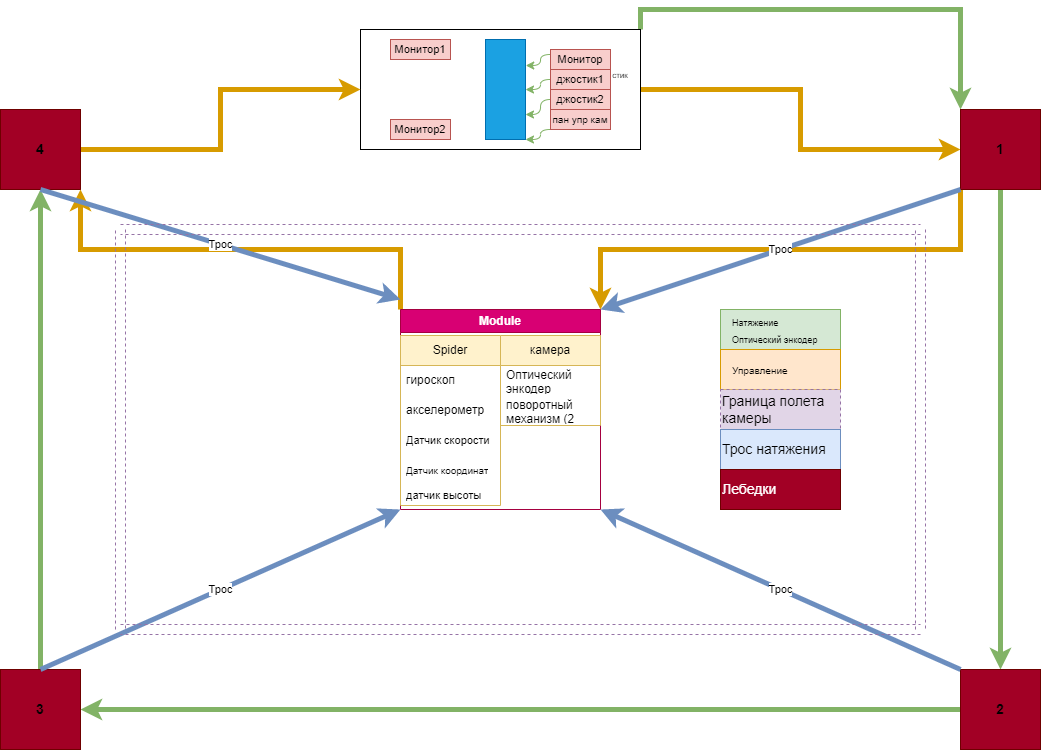
Above: spider.drawio.png in IgorEzerskiy/diagrams (draw.io), before the change. Source tidied: cells renumbered, new cells last; positions are measured from the earlier drawing's top-left corner, leaving out a move shared by most shapes.
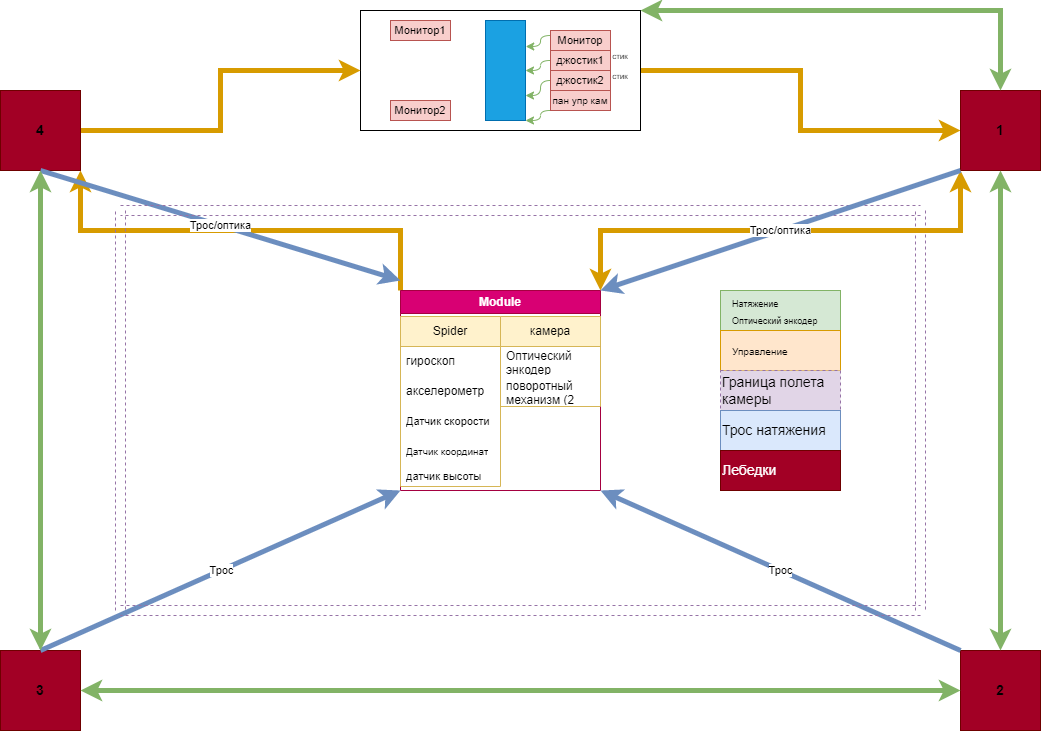
The same diagram one commit later.

What changed in the source:
```diff
@@ -2,9 +2,6 @@
   <root>
     <mxCell id="0" />
     <mxCell id="1" parent="0" />
-    <mxCell id="2" style="edgeStyle=orthogonalEdgeStyle;rounded=0;jettySize=auto;html=1;exitX=1;exitY=0;exitDx=0;exitDy=0;entryX=0;entryY=0;entryDx=0;entryDy=0;fillColor=#d5e8d4;strokeColor=#82b366;strokeWidth=5;" parent="1" edge="1" source="4" target="9">
-      <mxGeometry relative="1" as="geometry" />
-    </mxCell>
     <mxCell id="3" style="edgeStyle=orthogonalEdgeStyle;rounded=0;jettySize=auto;html=1;exitX=1;exitY=0.5;exitDx=0;exitDy=0;entryX=0;entryY=0.5;entryDx=0;entryDy=0;strokeWidth=5;fillColor=#ffe6cc;strokeColor=#d79b00;" parent="1" edge="1" source="4" target="9">
       <mxGeometry relative="1" as="geometry" />
     </mxCell>
@@ -17,24 +14,12 @@
     <mxCell id="6" style="whiteSpace=wrap;html=1;fillColor=#a20025;strokeColor=#6F0000;fontColor=#ffffff;" parent="1" vertex="1">
       <mxGeometry y="80" width="80" height="80" as="geometry" />
     </mxCell>
-    <mxCell id="7" style="edgeStyle=orthogonalEdgeStyle;rounded=0;jettySize=auto;html=1;exitX=0.5;exitY=1;exitDx=0;exitDy=0;strokeWidth=5;fillColor=#d5e8d4;strokeColor=#82b366;" parent="1" edge="1" source="9" target="11">
-      <mxGeometry relative="1" as="geometry" />
-    </mxCell>
-    <mxCell id="8" style="edgeStyle=orthogonalEdgeStyle;rounded=0;jettySize=auto;html=1;exitX=0;exitY=1;exitDx=0;exitDy=0;entryX=1;entryY=0;entryDx=0;entryDy=0;strokeWidth=5;fillColor=#ffe6cc;strokeColor=#d79b00;" parent="1" edge="1" source="9" target="15">
-      <mxGeometry relative="1" as="geometry" />
-    </mxCell>
     <mxCell id="9" style="whiteSpace=wrap;html=1;fillColor=#a20025;strokeColor=#6F0000;fontColor=#ffffff;" parent="1" vertex="1">
       <mxGeometry x="960" y="80" width="80" height="80" as="geometry" />
     </mxCell>
-    <mxCell id="10" style="edgeStyle=orthogonalEdgeStyle;rounded=0;jettySize=auto;html=1;exitX=0;exitY=0.5;exitDx=0;exitDy=0;entryX=1;entryY=0.5;entryDx=0;entryDy=0;strokeWidth=5;fillColor=#d5e8d4;strokeColor=#82b366;" parent="1" edge="1" source="11" target="13">
-      <mxGeometry relative="1" as="geometry" />
-    </mxCell>
     <mxCell id="11" style="whiteSpace=wrap;html=1;fillColor=#a20025;strokeColor=#6F0000;fontColor=#ffffff;" parent="1" vertex="1">
       <mxGeometry x="960" y="640" width="80" height="80" as="geometry" />
     </mxCell>
-    <mxCell id="12" style="edgeStyle=orthogonalEdgeStyle;rounded=0;jettySize=auto;html=1;exitX=0.5;exitY=0;exitDx=0;exitDy=0;entryX=0.5;entryY=1;entryDx=0;entryDy=0;strokeWidth=5;fillColor=#d5e8d4;strokeColor=#82b366;" parent="1" edge="1" source="13" target="6">
-      <mxGeometry relative="1" as="geometry" />
-    </mxCell>
     <mxCell id="13" style="whiteSpace=wrap;html=1;fillColor=#a20025;strokeColor=#6F0000;fontColor=#ffffff;" parent="1" vertex="1">
       <mxGeometry y="640" width="80" height="80" as="geometry" />
     </mxCell>
@@ -91,15 +76,9 @@
         <mxPoint x="400" y="270" as="targetPoint" />
       </mxGeometry>
     </mxCell>
-    <mxCell id="30" value="Трос" style="edgeLabel;html=1;align=center;verticalAlign=middle;" parent="29" vertex="1">
+    <mxCell id="30" value="Трос/оптика" style="edgeLabel;html=1;align=center;verticalAlign=middle;" parent="29" vertex="1">
       <mxGeometry relative="1" as="geometry" />
     </mxCell>
-    <mxCell id="31" style="endArrow=classic;html=1;rounded=0;strokeWidth=5;entryX=1;entryY=0;entryDx=0;entryDy=0;exitX=0;exitY=1;exitDx=0;exitDy=0;fillColor=#dae8fc;strokeColor=#6c8ebf;" parent="1" edge="1" source="9" target="15">
-      <mxGeometry relative="1" as="geometry" />
-    </mxCell>
-    <mxCell id="32" value="Трос" style="edgeLabel;html=1;align=center;verticalAlign=middle;" parent="31" vertex="1">
-      <mxGeometry relative="1" as="geometry" />
-    </mxCell>
     <mxCell id="33" style="shape=link;html=1;rounded=0;strokeWidth=1;width=10;dashed=1;fillColor=#e1d5e7;strokeColor=#9673a6;" parent="1" edge="1">
       <mxGeometry relative="1" as="geometry">
         <mxPoint x="120" y="200" as="sourcePoint" />
@@ -219,5 +198,41 @@
     <mxCell id="61" value="Лебедки" style="rounded=0;whiteSpace=wrap;html=1;shadow=0;sketch=0;strokeColor=#6F0000;fontSize=14;fillColor=#a20025;align=left;fontColor=#ffffff;" parent="1" vertex="1">
       <mxGeometry x="720" y="440" width="120" height="40" as="geometry" />
     </mxCell>
+    <mxCell id="62" style="endArrow=classic;startArrow=classic;html=1;rounded=0;fillColor=#ffe6cc;strokeColor=#d79b00;strokeWidth=5;exitX=1;exitY=0;exitDx=0;exitDy=0;" parent="1" edge="1" source="15">
+      <mxGeometry relative="1" as="geometry">
+        <mxPoint x="960" y="160" as="targetPoint" />
+        <Array as="points">
+          <mxPoint x="600" y="220" />
+          <mxPoint x="960" y="220" />
+        </Array>
+      </mxGeometry>
+    </mxCell>
+    <mxCell id="2" style="endArrow=classic;startArrow=classic;html=1;rounded=0;strokeWidth=5;exitX=1;exitY=0;exitDx=0;exitDy=0;entryX=0.5;entryY=0;entryDx=0;entryDy=0;fillColor=#d5e8d4;strokeColor=#82b366;" parent="1" edge="1" source="4" target="9">
+      <mxGeometry relative="1" as="geometry">
+        <Array as="points">
+          <mxPoint x="1000" />
+        </Array>
+      </mxGeometry>
+    </mxCell>
+    <mxCell id="63" style="endArrow=classic;startArrow=classic;html=1;rounded=0;strokeWidth=5;entryX=0.5;entryY=1;entryDx=0;entryDy=0;exitX=0.5;exitY=0;exitDx=0;exitDy=0;fillColor=#d5e8d4;strokeColor=#82b366;" parent="1" edge="1" source="11" target="9">
+      <mxGeometry relative="1" as="geometry" />
+    </mxCell>
+    <mxCell id="64" style="endArrow=classic;startArrow=classic;html=1;rounded=0;strokeWidth=5;exitX=1;exitY=0.5;exitDx=0;exitDy=0;entryX=0;entryY=0.5;entryDx=0;entryDy=0;fillColor=#d5e8d4;strokeColor=#82b366;" parent="1" edge="1" source="13" target="11">
+      <mxGeometry relative="1" as="geometry" />
+    </mxCell>
+    <mxCell id="65" style="endArrow=classic;startArrow=classic;html=1;rounded=0;strokeWidth=5;exitX=0.5;exitY=0;exitDx=0;exitDy=0;fillColor=#d5e8d4;strokeColor=#82b366;" parent="1" edge="1" source="13">
+      <mxGeometry relative="1" as="geometry">
+        <mxPoint x="40" y="160" as="targetPoint" />
+      </mxGeometry>
+    </mxCell>
+    <mxCell id="31" style="endArrow=classic;html=1;rounded=0;strokeWidth=5;entryX=1;entryY=0;entryDx=0;entryDy=0;exitX=0;exitY=1;exitDx=0;exitDy=0;fillColor=#dae8fc;strokeColor=#6c8ebf;" parent="1" edge="1" source="9" target="15">
+      <mxGeometry relative="1" as="geometry" />
+    </mxCell>
+    <mxCell id="32" value="Трос/оптика" style="edgeLabel;html=1;align=center;verticalAlign=middle;" parent="31" vertex="1">
+      <mxGeometry relative="1" as="geometry" />
+    </mxCell>
+    <mxCell id="66" value="&lt;font style=&quot;font-size: 8px;&quot;&gt;стик&lt;/font&gt;" style="text;html=1;strokeColor=none;fillColor=none;align=center;verticalAlign=middle;whiteSpace=wrap;rounded=0;shadow=0;sketch=0;fontSize=10;" parent="1" vertex="1">
+      <mxGeometry x="610" y="60" width="20" height="10" as="geometry" />
+    </mxCell>
   </root>
 </mxGraphModel>
```
